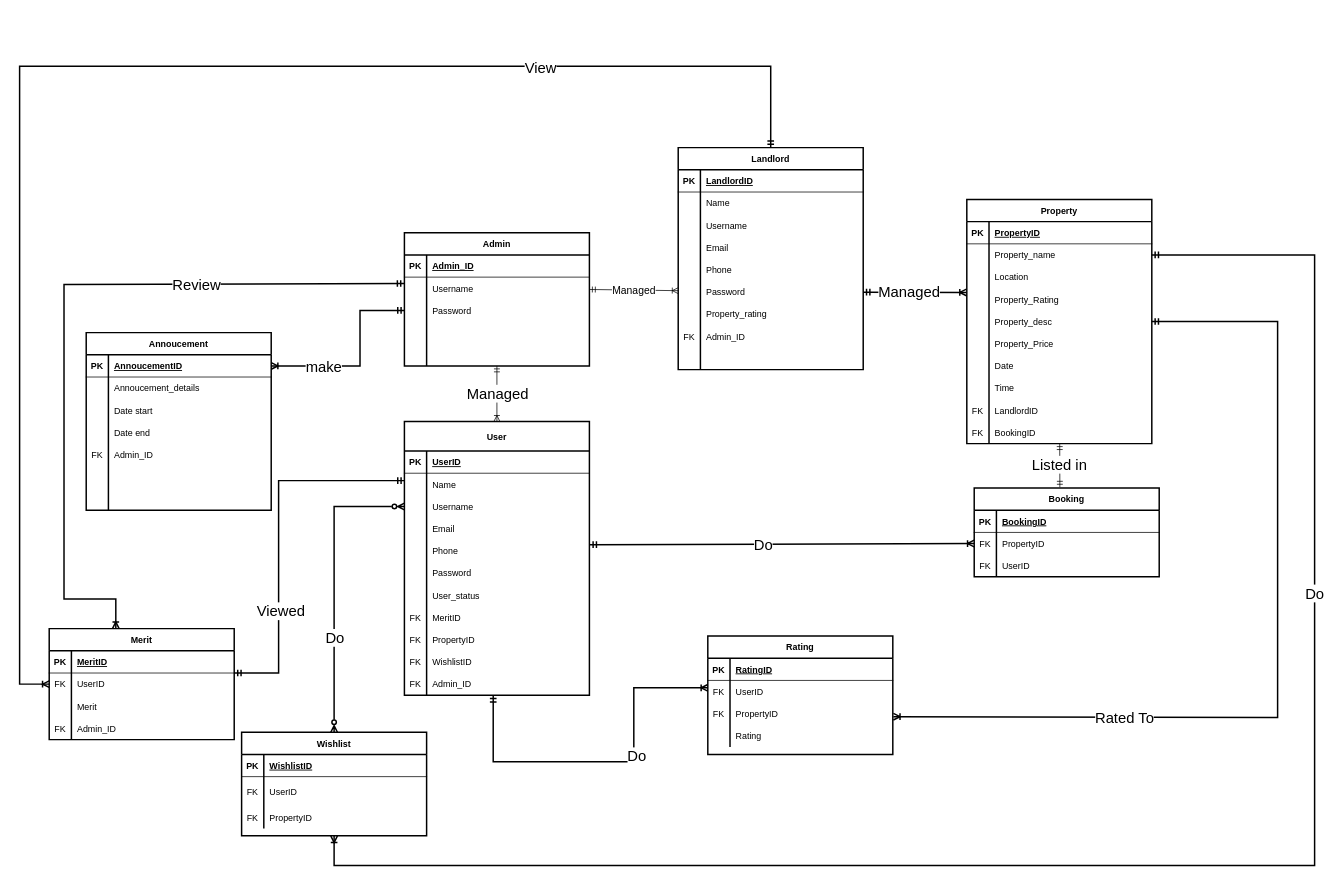
This is DFD FYP/ERD.drawio from SNOW15782/Fyp, a draw.io file, before an edit. Source tidied: cells renumbered, new cells numbered last; positions are measured from the earlier drawing's top-left corner, leaving out a move shared by most shapes. Both pictures are drawn from the tidied source at 74%, with x=0, y=0 at pixel (19, 66).
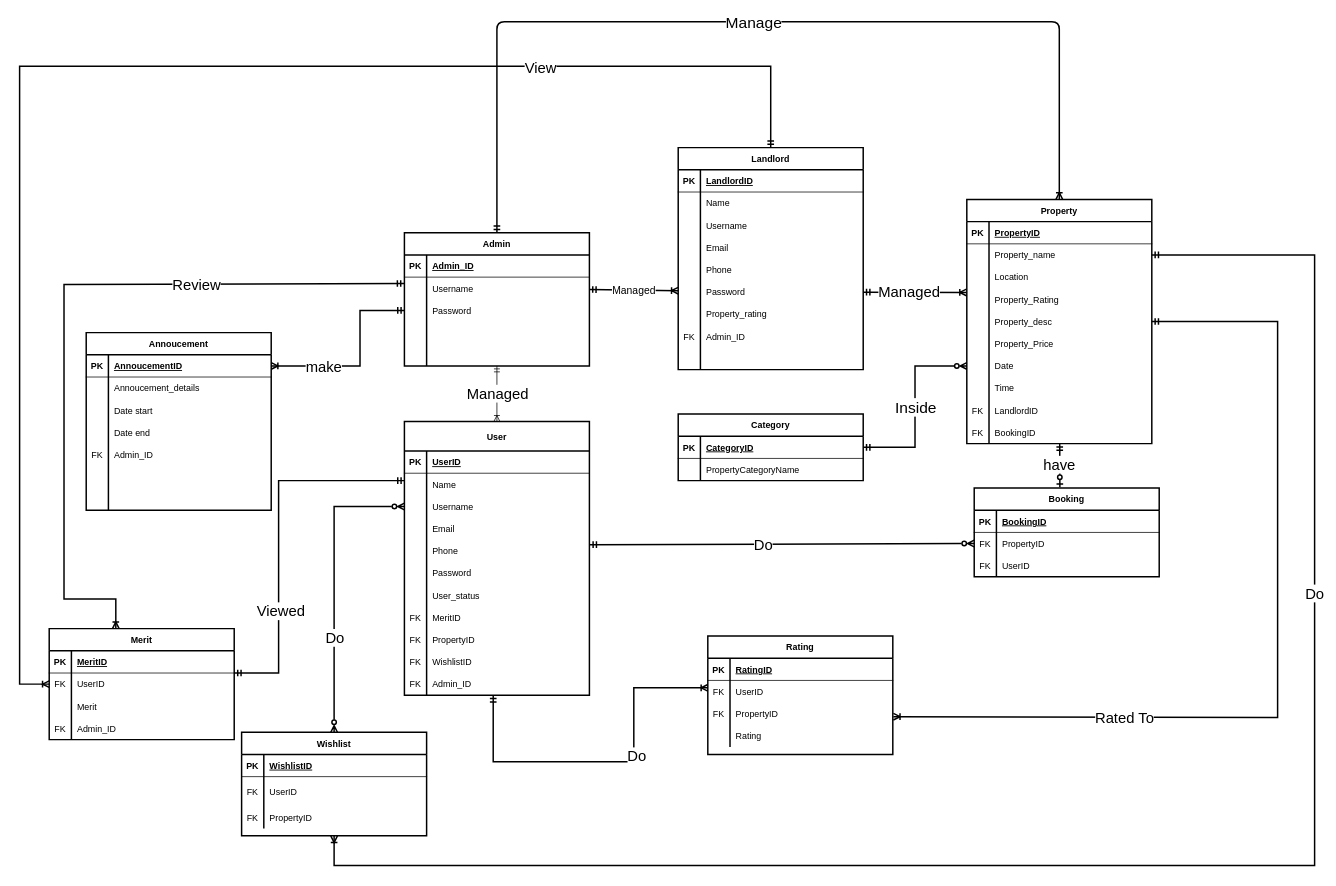
The same diagram, later.

Unchanged cells that the change refers to:
```xml
<mxCell id="34" style="shape=partialRectangle;fillColor=none;points=[[0,0.5],[1,0.5]];portConstraint=eastwest;top=0;left=0;right=0;bottom=0;" parent="21" vertex="1">
  <mxGeometry y="160" width="250" height="30" as="geometry" />
</mxCell>
<mxCell id="55" value="Booking" style="shape=table;startSize=30;childLayout=tableLayout;rowLines=0;fontStyle=1;align=center;strokeWidth=2;" parent="1" vertex="1">
  <mxGeometry x="1290" y="570" width="250" height="120" as="geometry" />
</mxCell>
<mxCell id="59" style="shape=partialRectangle;fillColor=none;points=[[0,0.5],[1,0.5]];portConstraint=eastwest;top=0;left=0;right=0;bottom=0;" parent="55" vertex="1">
  <mxGeometry y="60" width="250" height="30" as="geometry" />
</mxCell>
<mxCell id="91" value="Admin" style="shape=table;startSize=30;childLayout=tableLayout;rowLines=0;fontStyle=1;align=center;strokeWidth=2;" parent="1" vertex="1">
  <mxGeometry x="520" y="225" width="250" height="180" as="geometry" />
</mxCell>
<mxCell id="95" style="shape=partialRectangle;fillColor=none;points=[[0,0.5],[1,0.5]];portConstraint=eastwest;top=0;left=0;right=0;bottom=0;" parent="91" vertex="1">
  <mxGeometry y="60" width="250" height="30" as="geometry" />
</mxCell>
<mxCell id="125" style="shape=partialRectangle;fillColor=none;points=[[0,0.5],[1,0.5]];portConstraint=eastwest;top=0;left=0;right=0;bottom=0;" parent="109" vertex="1">
  <mxGeometry y="180" width="250" height="30" as="geometry" />
</mxCell>
<mxCell id="143" value="Property" style="shape=table;startSize=30;childLayout=tableLayout;rowLines=0;fontStyle=1;align=center;strokeWidth=2;" parent="1" vertex="1">
  <mxGeometry x="1280" y="180" width="250" height="330" as="geometry" />
</mxCell>
<mxCell id="162" style="shape=partialRectangle;fillColor=none;points=[[0,0.5],[1,0.5]];portConstraint=eastwest;top=0;left=0;right=0;bottom=0;" parent="143" vertex="1">
  <mxGeometry y="210" width="250" height="30" as="geometry" />
</mxCell>
```

Diff of the diagram source:
```diff
@@
+    <mxCell id="205" style="edgeStyle=none;html=1;entryX=0.5;entryY=0;entryDx=0;entryDy=0;startArrow=ERmandOne;startFill=0;endArrow=ERoneToMany;endFill=0;strokeWidth=2;" parent="1" edge="1" source="91" target="143">
+      <mxGeometry relative="1" as="geometry">
+        <Array as="points">
+          <mxPoint x="645" y="-60" />
+          <mxPoint x="1405" y="-60" />
+        </Array>
+      </mxGeometry>
+    </mxCell>
+    <mxCell id="206" value="&lt;font style=&quot;font-size: 21px;&quot;&gt;Manage&lt;/font&gt;" style="edgeLabel;html=1;align=center;verticalAlign=middle;" parent="205" vertex="1">
+      <mxGeometry x="-0.04" y="-3" relative="1" as="geometry">
+        <mxPoint x="14" y="-3" as="offset" />
+      </mxGeometry>
+    </mxCell>
@@
-    <mxCell id="137" style="edgeStyle=none;html=1;entryX=0.463;entryY=-0.009;entryDx=0;entryDy=0;entryPerimeter=0;startArrow=ERmandOne;startFill=0;endArrow=ERmandOne;endFill=0;" parent="1" edge="1" source="143" target="55">
+    <mxCell id="137" style="edgeStyle=none;html=1;entryX=0.463;entryY=-0.009;entryDx=0;entryDy=0;entryPerimeter=0;startArrow=ERmandOne;startFill=0;endArrow=ERzeroToOne;endFill=0;strokeWidth=2;" parent="1" edge="1" source="143" target="55">
       <mxGeometry relative="1" as="geometry" />
     </mxCell>
-    <mxCell id="138" value="&lt;font style=&quot;font-size: 20px;&quot;&gt;Listed in&lt;/font&gt;" style="edgeLabel;html=1;align=center;verticalAlign=middle;" parent="137" vertex="1">
+    <mxCell id="138" value="&lt;font style=&quot;font-size: 20px;&quot;&gt;have&lt;/font&gt;" style="edgeLabel;html=1;align=center;verticalAlign=middle;" parent="137" vertex="1">
       <mxGeometry x="-0.16" y="1" relative="1" as="geometry">
         <mxPoint x="-2" y="3" as="offset" />
       </mxGeometry>
     </mxCell>
@@
-    <mxCell id="176" style="edgeStyle=none;html=1;startArrow=ERmandOne;startFill=0;endArrow=ERoneToMany;endFill=0;" parent="1" edge="1" source="95" target="125">
+    <mxCell id="176" style="edgeStyle=none;html=1;startArrow=ERmandOne;startFill=0;endArrow=ERoneToMany;endFill=0;strokeWidth=2;" parent="1" edge="1" source="95" target="125">
       <mxGeometry relative="1" as="geometry" />
     </mxCell>
@@
-    <mxCell id="178" style="edgeStyle=none;html=1;entryX=0;entryY=0.5;entryDx=0;entryDy=0;startArrow=ERmandOne;startFill=0;endArrow=ERoneToMany;endFill=0;exitX=1.002;exitY=0.219;exitDx=0;exitDy=0;exitPerimeter=0;strokeWidth=2;" parent="1" edge="1" source="34" target="59">
+    <mxCell id="178" style="edgeStyle=none;html=1;entryX=0;entryY=0.5;entryDx=0;entryDy=0;startArrow=ERmandOne;startFill=0;endArrow=ERzeroToMany;endFill=0;exitX=1.002;exitY=0.219;exitDx=0;exitDy=0;exitPerimeter=0;strokeWidth=2;" parent="1" edge="1" source="34" target="59">
       <mxGeometry relative="1" as="geometry" />
     </mxCell>
@@
+    <mxCell id="207" style="edgeStyle=none;html=1;entryX=0;entryY=0.5;entryDx=0;entryDy=0;strokeWidth=2;fontSize=21;startArrow=ERmandOne;startFill=0;endArrow=ERzeroToMany;endFill=0;exitX=1;exitY=0.5;exitDx=0;exitDy=0;rounded=0;" parent="1" edge="1" source="210" target="162">
+      <mxGeometry relative="1" as="geometry">
+        <Array as="points">
+          <mxPoint x="1210" y="515" />
+          <mxPoint x="1210" y="405" />
+        </Array>
+      </mxGeometry>
+    </mxCell>
+    <mxCell id="208" value="Inside" style="edgeLabel;html=1;align=center;verticalAlign=middle;fontSize=21;" parent="207" vertex="1">
+      <mxGeometry x="0.09" relative="1" as="geometry">
+        <mxPoint y="11" as="offset" />
+      </mxGeometry>
+    </mxCell>
+    <mxCell id="209" value="Category" style="shape=table;startSize=30;childLayout=tableLayout;rowLines=0;fontStyle=1;align=center;strokeWidth=2;" parent="1" vertex="1">
+      <mxGeometry x="890" y="470" width="250" height="90" as="geometry" />
+    </mxCell>
+    <mxCell id="210" style="shape=partialRectangle;fillColor=none;points=[[0,0.5],[1,0.5]];portConstraint=eastwest;top=0;left=0;right=0;bottom=1;" parent="209" vertex="1">
+      <mxGeometry y="30" width="250" height="30" as="geometry" />
+    </mxCell>
+    <mxCell id="211" value="PK" style="shape=partialRectangle;overflow=hidden;fillColor=none;top=0;left=0;bottom=0;right=0;fontStyle=1;" parent="210" vertex="1">
+      <mxGeometry width="30" height="30" as="geometry" />
+    </mxCell>
+    <mxCell id="212" value="CategoryID" style="shape=partialRectangle;overflow=hidden;fillColor=none;top=0;left=0;bottom=0;right=0;align=left;spacingLeft=6;fontStyle=5;" parent="210" vertex="1">
+      <mxGeometry x="30" width="220" height="30" as="geometry" />
+    </mxCell>
+    <mxCell id="213" style="shape=partialRectangle;fillColor=none;top=0;left=0;right=0;bottom=0;" parent="209" vertex="1">
+      <mxGeometry y="60" width="250" height="30" as="geometry" />
+    </mxCell>
+    <mxCell id="214" style="shape=partialRectangle;overflow=hidden;fillColor=none;top=0;left=0;bottom=0;right=0;" parent="213" vertex="1">
+      <mxGeometry width="30" height="30" as="geometry" />
+    </mxCell>
+    <mxCell id="215" value="PropertyCategoryName" style="shape=partialRectangle;overflow=hidden;fillColor=none;top=0;left=0;bottom=0;right=0;align=left;spacingLeft=6;" parent="213" vertex="1">
+      <mxGeometry x="30" width="220" height="30" as="geometry" />
+    </mxCell>
```
